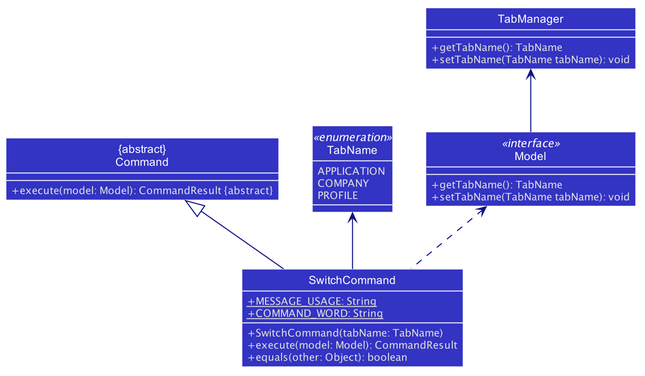
The PlantUML diagram docs/images/SwitchCommandClassDiagram.png in shawn-nyk/tp, before a commit.
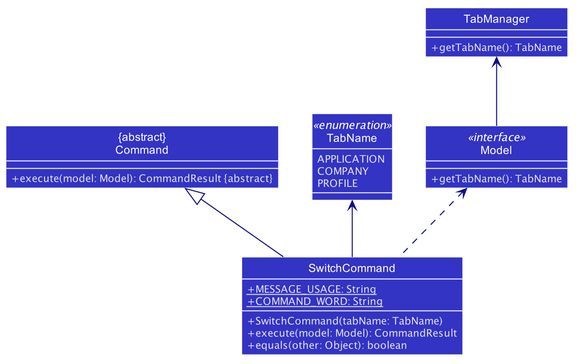
Above is the later version.

Commit message:
fix error in diagram

Change to the diagram source:
```diff
@@ -75,12 +75,10 @@
 
 class Model <<interface>> {
     +getTabName(): TabName
-    +setTabName(TabName tabName): void
 }
 
 class TabManager {
     +getTabName(): TabName
-    +setTabName(TabName tabName): void
 }
 
 TabName <-- SwitchCommand
```
